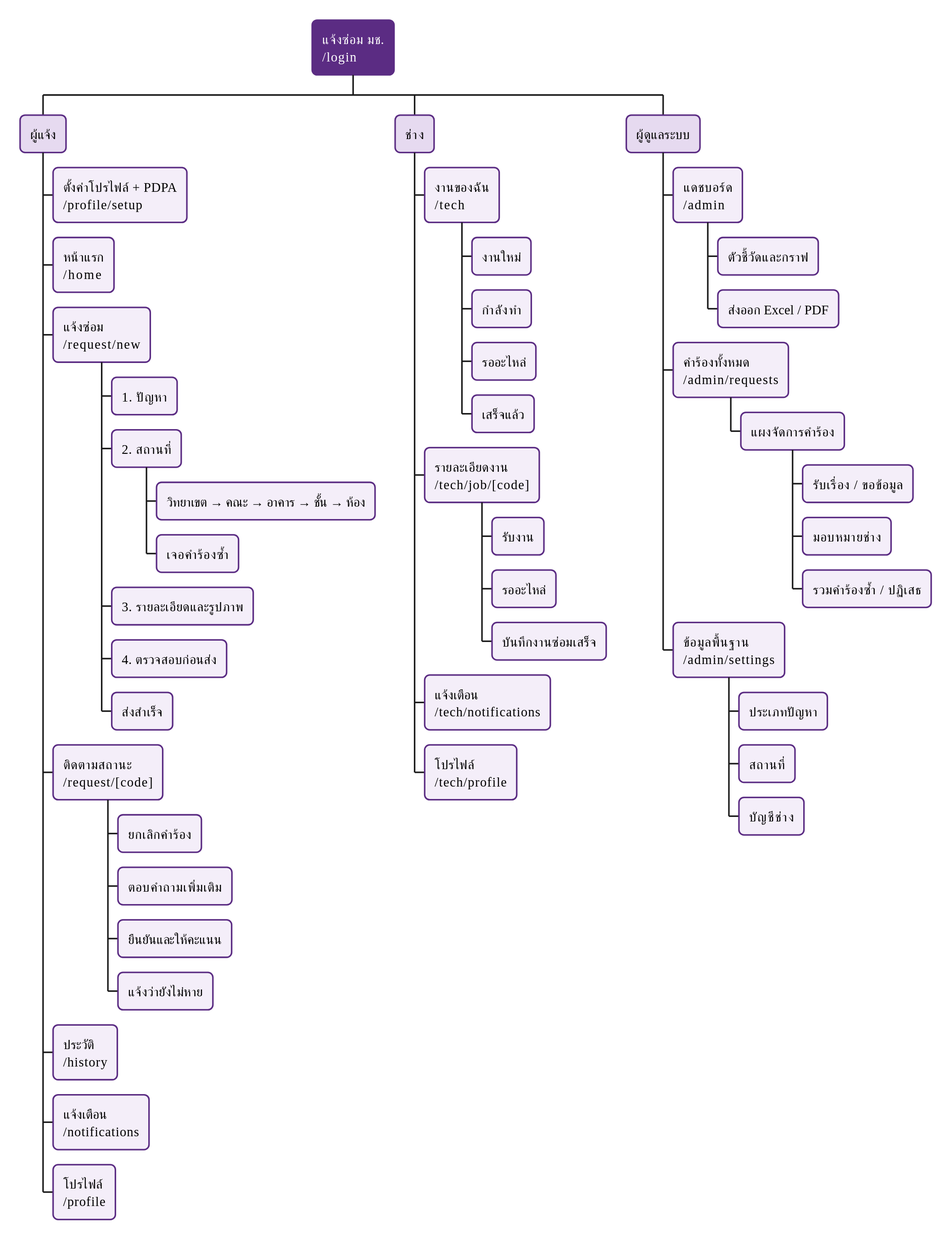
Above: report/out/diagrams/ia.svg in Nexzerf/SmartCMUMaintenanceSystem (PlantUML), before the change.
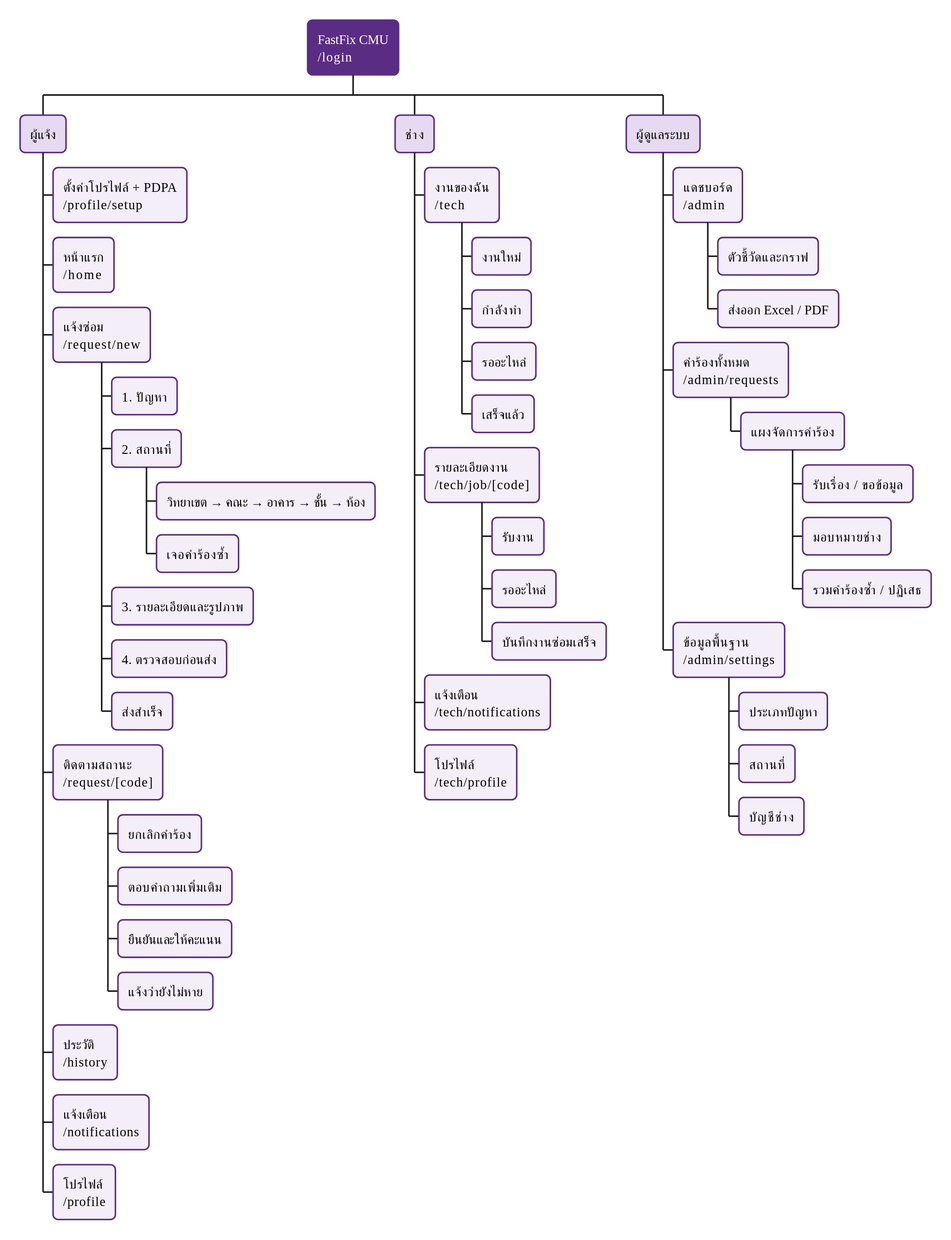
After the commit.

Diff of the diagram source:
```diff
@@ -18,7 +18,7 @@
   }
 }
 </style>
-* แจ้งซ่อม มช.\n/login
+* FastFix CMU\n/login
 ** ผู้แจ้ง
 *** ตั้งค่าโปรไฟล์ + PDPA\n/profile/setup
 *** หน้าแรก\n/home
```
